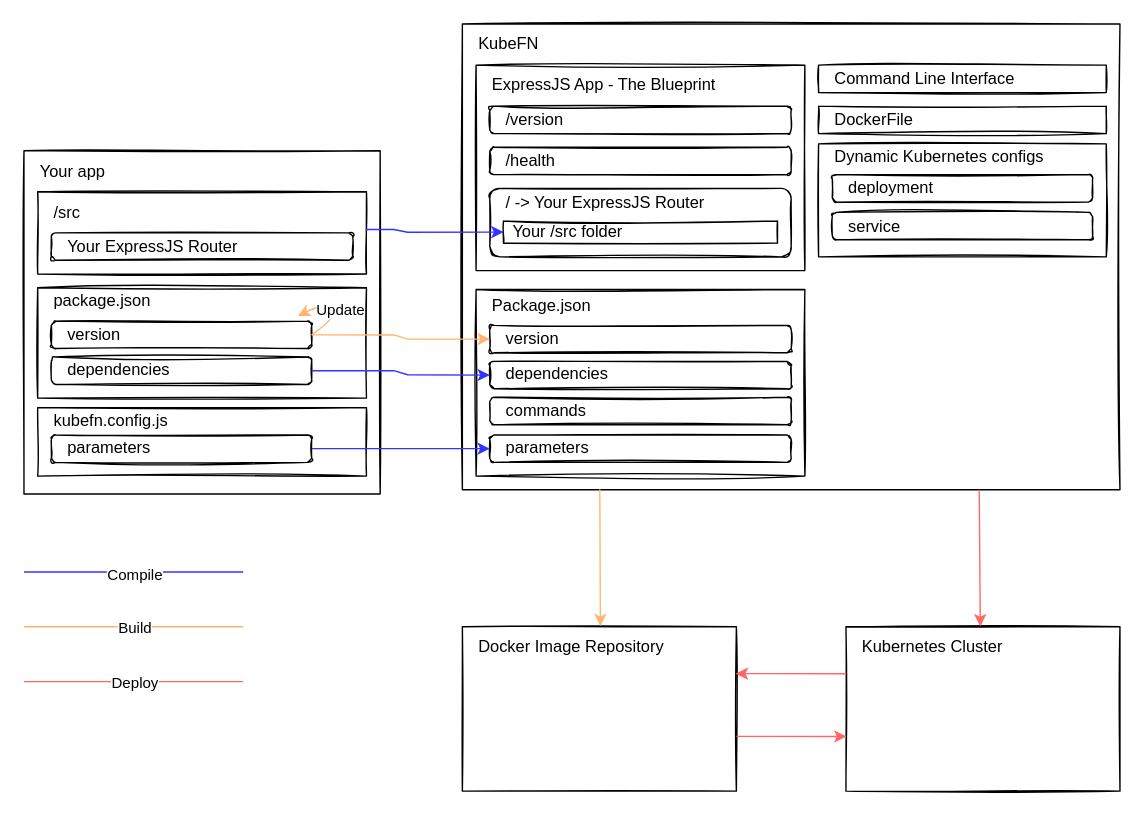
Luno33/kubefn keeps this draw.io diagram as assets/how-it-works.drawio. Above is the earlier version. Source tidied: cells renumbered, new cells numbered last; positions are measured from the earlier drawing's top-left corner, leaving out a move shared by most shapes. Both pictures are drawn from the tidied source at 137%, with x=0, y=0 at pixel (23, 23).
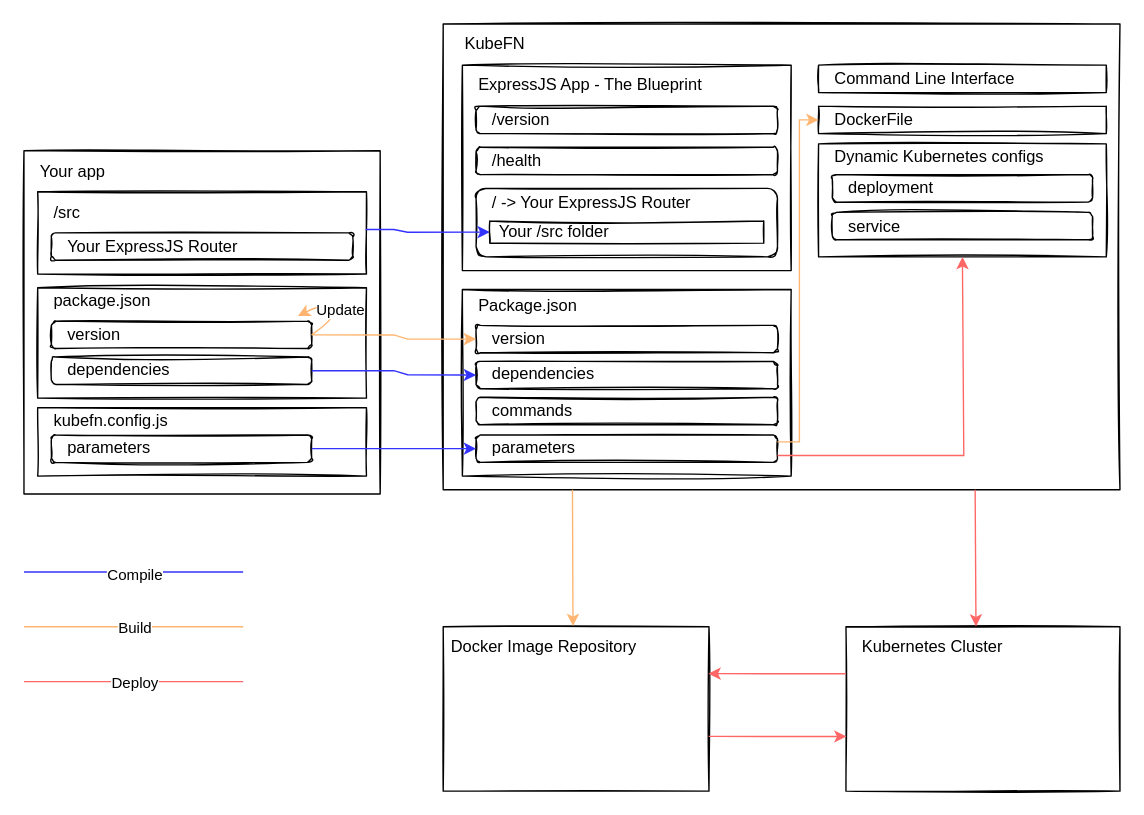
The same page after the edit.

Commit message (it also covers changes not shown here):
Improves diagram how-it-works

Unchanged cells that the change refers to:
```xml
<mxCell id="12" style="rounded=0;whiteSpace=wrap;html=1;sketch=1;" parent="1" vertex="1">
  <mxGeometry x="580" y="60" width="210" height="20" as="geometry" />
</mxCell>
<mxCell id="14" style="rounded=0;whiteSpace=wrap;html=1;sketch=1;" parent="1" vertex="1">
  <mxGeometry x="580" y="87.5" width="210" height="82.5" as="geometry" />
</mxCell>
<mxCell id="56" value="Kubernetes Cluster" style="text;html=1;strokeColor=none;fillColor=none;align=left;verticalAlign=middle;whiteSpace=wrap;rounded=0;sketch=0;" parent="1" vertex="1">
  <mxGeometry x="610" y="440" width="150" height="30" as="geometry" />
</mxCell>
```

Change to the diagram source:
```diff
@@
     <mxCell id="2" style="rounded=0;whiteSpace=wrap;html=1;sketch=1;" parent="1" vertex="1">
-      <mxGeometry x="320" width="480" height="340" as="geometry" />
+      <mxGeometry x="306" width="494" height="340" as="geometry" />
     </mxCell>
     <mxCell id="3" value="KubeFN" style="text;html=1;strokeColor=none;fillColor=none;align=left;verticalAlign=middle;whiteSpace=wrap;rounded=0;sketch=0;" parent="1" vertex="1">
-      <mxGeometry x="330" width="220" height="30" as="geometry" />
+      <mxGeometry x="320" width="220" height="30" as="geometry" />
     </mxCell>
     <mxCell id="4" style="rounded=0;whiteSpace=wrap;html=1;sketch=1;" parent="1" vertex="1">
-      <mxGeometry x="330" y="30" width="240" height="150" as="geometry" />
+      <mxGeometry x="320" y="30" width="240" height="150" as="geometry" />
     </mxCell>
     <mxCell id="5" value="ExpressJS App - The Blueprint" style="text;html=1;strokeColor=none;fillColor=none;align=left;verticalAlign=middle;whiteSpace=wrap;rounded=0;sketch=0;" parent="1" vertex="1">
-      <mxGeometry x="340" y="30" width="180" height="30" as="geometry" />
+      <mxGeometry x="330" y="30" width="180" height="30" as="geometry" />
     </mxCell>
     <mxCell id="6" style="rounded=1;whiteSpace=wrap;html=1;sketch=1;" parent="1" vertex="1">
-      <mxGeometry x="340" y="60" width="220" height="20" as="geometry" />
+      <mxGeometry x="330" y="60" width="220" height="20" as="geometry" />
     </mxCell>
     <mxCell id="7" value="/version" style="text;html=1;strokeColor=none;fillColor=none;align=left;verticalAlign=middle;whiteSpace=wrap;rounded=0;sketch=0;" parent="1" vertex="1">
-      <mxGeometry x="350" y="62.5" width="50" height="15" as="geometry" />
+      <mxGeometry x="340" y="62.5" width="50" height="15" as="geometry" />
     </mxCell>
     <mxCell id="8" style="rounded=1;whiteSpace=wrap;html=1;sketch=1;" parent="1" vertex="1">
-      <mxGeometry x="340" y="90" width="220" height="20" as="geometry" />
+      <mxGeometry x="330" y="90" width="220" height="20" as="geometry" />
     </mxCell>
     <mxCell id="9" value="/health" style="text;html=1;strokeColor=none;fillColor=none;align=left;verticalAlign=middle;whiteSpace=wrap;rounded=0;sketch=0;" parent="1" vertex="1">
-      <mxGeometry x="350" y="92.5" width="50" height="15" as="geometry" />
+      <mxGeometry x="340" y="92.5" width="50" height="15" as="geometry" />
     </mxCell>
     <mxCell id="10" style="rounded=1;whiteSpace=wrap;html=1;sketch=1;" parent="1" vertex="1">
-      <mxGeometry x="340" y="120" width="220" height="50" as="geometry" />
+      <mxGeometry x="330" y="120" width="220" height="50" as="geometry" />
     </mxCell>
     <mxCell id="11" value="/ -&amp;gt; Your ExpressJS Router" style="text;html=1;strokeColor=none;fillColor=none;align=left;verticalAlign=middle;whiteSpace=wrap;rounded=0;sketch=0;" parent="1" vertex="1">
-      <mxGeometry x="350" y="122.5" width="150" height="17.5" as="geometry" />
+      <mxGeometry x="340" y="122.5" width="150" height="17.5" as="geometry" />
     </mxCell>
@@
     <mxCell id="22" style="rounded=0;whiteSpace=wrap;html=1;sketch=1;" parent="1" vertex="1">
-      <mxGeometry x="330" y="193.8" width="240" height="136.2" as="geometry" />
+      <mxGeometry x="320" y="193.8" width="240" height="136.2" as="geometry" />
     </mxCell>
     <mxCell id="23" value="Package.json" style="text;html=1;strokeColor=none;fillColor=none;align=left;verticalAlign=middle;whiteSpace=wrap;rounded=0;sketch=0;" parent="1" vertex="1">
-      <mxGeometry x="340" y="200" width="160" height="12.5" as="geometry" />
+      <mxGeometry x="330" y="200" width="160" height="12.5" as="geometry" />
     </mxCell>
     <mxCell id="24" style="rounded=1;whiteSpace=wrap;html=1;sketch=1;" parent="1" vertex="1">
-      <mxGeometry x="340" y="272.5" width="220" height="20" as="geometry" />
+      <mxGeometry x="330" y="272.5" width="220" height="20" as="geometry" />
     </mxCell>
     <mxCell id="25" value="commands" style="text;html=1;strokeColor=none;fillColor=none;align=left;verticalAlign=middle;whiteSpace=wrap;rounded=0;sketch=0;" parent="1" vertex="1">
-      <mxGeometry x="350" y="278.8" width="85" height="7.5" as="geometry" />
+      <mxGeometry x="340" y="278.8" width="85" height="7.5" as="geometry" />
     </mxCell>
     <mxCell id="26" style="rounded=1;whiteSpace=wrap;html=1;sketch=1;" parent="1" vertex="1">
-      <mxGeometry x="340" y="300" width="220" height="20" as="geometry" />
+      <mxGeometry x="330" y="300" width="220" height="20" as="geometry" />
     </mxCell>
     <mxCell id="27" value="parameters" style="text;html=1;strokeColor=none;fillColor=none;align=left;verticalAlign=middle;whiteSpace=wrap;rounded=0;sketch=0;" parent="1" vertex="1">
-      <mxGeometry x="350" y="306.3" width="85" height="7.5" as="geometry" />
+      <mxGeometry x="340" y="306.3" width="85" height="7.5" as="geometry" />
     </mxCell>
@@
     <mxCell id="38" style="rounded=1;whiteSpace=wrap;html=1;sketch=1;" parent="1" vertex="1">
-      <mxGeometry x="340" y="246.3" width="220" height="20" as="geometry" />
+      <mxGeometry x="330" y="246.3" width="220" height="20" as="geometry" />
     </mxCell>
     <mxCell id="39" value="dependencies" style="text;html=1;strokeColor=none;fillColor=none;align=left;verticalAlign=middle;whiteSpace=wrap;rounded=0;sketch=0;" parent="1" vertex="1">
-      <mxGeometry x="350" y="252.5" width="85" height="7.5" as="geometry" />
+      <mxGeometry x="340" y="252.5" width="85" height="7.5" as="geometry" />
     </mxCell>
@@
     <mxCell id="45" style="rounded=0;whiteSpace=wrap;html=1;sketch=1;" parent="1" vertex="1">
-      <mxGeometry x="350" y="143.8" width="200" height="16.2" as="geometry" />
+      <mxGeometry x="340" y="143.8" width="200" height="16.2" as="geometry" />
     </mxCell>
@@
     <mxCell id="48" value="Your /src folder" style="text;html=1;strokeColor=none;fillColor=none;align=left;verticalAlign=middle;whiteSpace=wrap;rounded=0;sketch=0;" parent="1" vertex="1">
-      <mxGeometry x="355" y="143.1" width="150" height="17.5" as="geometry" />
+      <mxGeometry x="345" y="143.1" width="150" height="17.5" as="geometry" />
     </mxCell>
@@
     <mxCell id="53" style="rounded=0;whiteSpace=wrap;html=1;sketch=1;" parent="1" vertex="1">
-      <mxGeometry x="320" y="440" width="200" height="120" as="geometry" />
+      <mxGeometry x="306" y="440" width="194" height="120" as="geometry" />
     </mxCell>
     <mxCell id="54" value="Docker Image Repository" style="text;html=1;strokeColor=none;fillColor=none;align=left;verticalAlign=middle;whiteSpace=wrap;rounded=0;sketch=0;" parent="1" vertex="1">
-      <mxGeometry x="330" y="440" width="150" height="30" as="geometry" />
+      <mxGeometry x="310" y="440" width="150" height="30" as="geometry" />
     </mxCell>
@@
-    <mxCell id="57" style="endArrow=classic;html=1;rounded=0;strokeColor=#FFB570;endFill=1;entryX=0.605;entryY=-0.017;entryDx=0;entryDy=0;entryPerimeter=0;startArrow=none;startFill=0;exitX=0.209;exitY=0.999;exitDx=0;exitDy=0;exitPerimeter=0;" parent="1" edge="1" source="2" target="54">
+    <mxCell id="57" style="endArrow=classic;html=1;rounded=0;strokeColor=#FFB570;endFill=1;entryX=0.605;entryY=-0.017;entryDx=0;entryDy=0;entryPerimeter=0;startArrow=none;startFill=0;exitX=0.191;exitY=1;exitDx=0;exitDy=0;exitPerimeter=0;" parent="1" edge="1" source="2" target="54">
       <mxGeometry relative="1" as="geometry" />
     </mxCell>
     <mxCell id="58" style="rounded=1;whiteSpace=wrap;html=1;sketch=1;" parent="1" vertex="1">
-      <mxGeometry x="340" y="220" width="220" height="20" as="geometry" />
+      <mxGeometry x="330" y="220" width="220" height="20" as="geometry" />
     </mxCell>
     <mxCell id="59" value="version" style="text;html=1;strokeColor=none;fillColor=none;align=left;verticalAlign=middle;whiteSpace=wrap;rounded=0;sketch=0;" parent="1" vertex="1">
-      <mxGeometry x="350" y="226.3" width="85" height="7.5" as="geometry" />
+      <mxGeometry x="340" y="226.3" width="85" height="7.5" as="geometry" />
     </mxCell>
@@
-    <mxCell id="67" style="endArrow=classic;html=1;rounded=0;strokeColor=#FF6666;exitX=0.786;exitY=1;exitDx=0;exitDy=0;exitPerimeter=0;entryX=0.587;entryY=-0.009;entryDx=0;entryDy=0;entryPerimeter=0;" parent="1" edge="1" source="2" target="56">
+    <mxCell id="67" style="endArrow=classic;html=1;rounded=0;strokeColor=#FF6666;exitX=0.786;exitY=1;exitDx=0;exitDy=0;exitPerimeter=0;entryX=0.566;entryY=-0.006;entryDx=0;entryDy=0;entryPerimeter=0;" parent="1" edge="1" source="2" target="56">
       <mxGeometry relative="1" as="geometry" />
     </mxCell>
@@
-    <mxCell id="69" style="endArrow=none;html=1;rounded=0;strokeColor=#FF6666;exitX=0;exitY=0.286;exitDx=0;exitDy=0;exitPerimeter=0;entryX=0.998;entryY=0.285;entryDx=0;entryDy=0;entryPerimeter=0;startArrow=classic;startFill=1;endFill=0;" parent="1" edge="1">
+    <mxCell id="69" style="endArrow=none;html=1;rounded=0;strokeColor=#FF6666;exitX=0;exitY=0.286;exitDx=0;exitDy=0;exitPerimeter=0;entryX=0.999;entryY=0.667;entryDx=0;entryDy=0;entryPerimeter=0;startArrow=classic;startFill=1;endFill=0;" parent="1" edge="1" target="53">
       <mxGeometry relative="1" as="geometry">
         <mxPoint x="600.4" y="520.1" as="sourcePoint" />
-        <mxPoint x="520" y="520" as="targetPoint" />
       </mxGeometry>
     </mxCell>
+    <mxCell id="70" style="endArrow=classic;html=1;rounded=0;strokeColor=#FF6666;exitX=1;exitY=0.75;exitDx=0;exitDy=0;entryX=0.5;entryY=1;entryDx=0;entryDy=0;" parent="1" edge="1" source="26" target="14">
+      <mxGeometry relative="1" as="geometry">
+        <Array as="points">
+          <mxPoint x="686" y="315" />
+        </Array>
+      </mxGeometry>
+    </mxCell>
+    <mxCell id="71" style="endArrow=classic;html=1;rounded=0;strokeColor=#FFB570;endFill=1;entryX=0;entryY=0.5;entryDx=0;entryDy=0;startArrow=none;startFill=0;exitX=1;exitY=0.25;exitDx=0;exitDy=0;" parent="1" edge="1" source="26" target="12">
+      <mxGeometry relative="1" as="geometry">
+        <Array as="points">
+          <mxPoint x="566" y="305" />
+          <mxPoint x="566" y="70" />
+        </Array>
+      </mxGeometry>
+    </mxCell>
```
